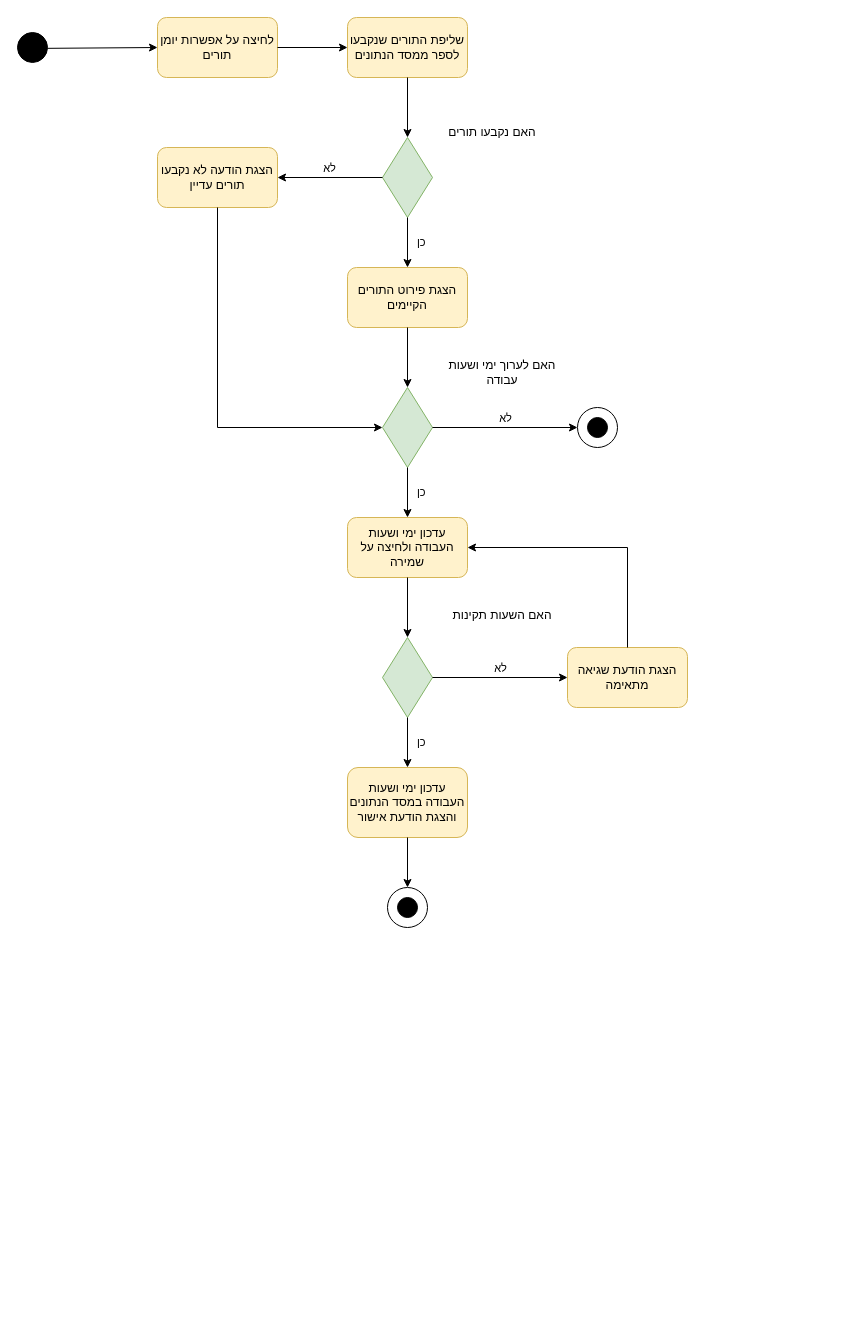
This is diagrams/ACT-SUC-9.drawio from arielkaplan20/project_Golden_Hair_Salon, a draw.io file, before an edit. Source tidied: cells renumbered, new cells numbered last; positions are measured from the earlier drawing's top-left corner, leaving out a move shared by most shapes. Both pictures are drawn from the tidied source at 100%, with x=0, y=0 at pixel (17, 17).
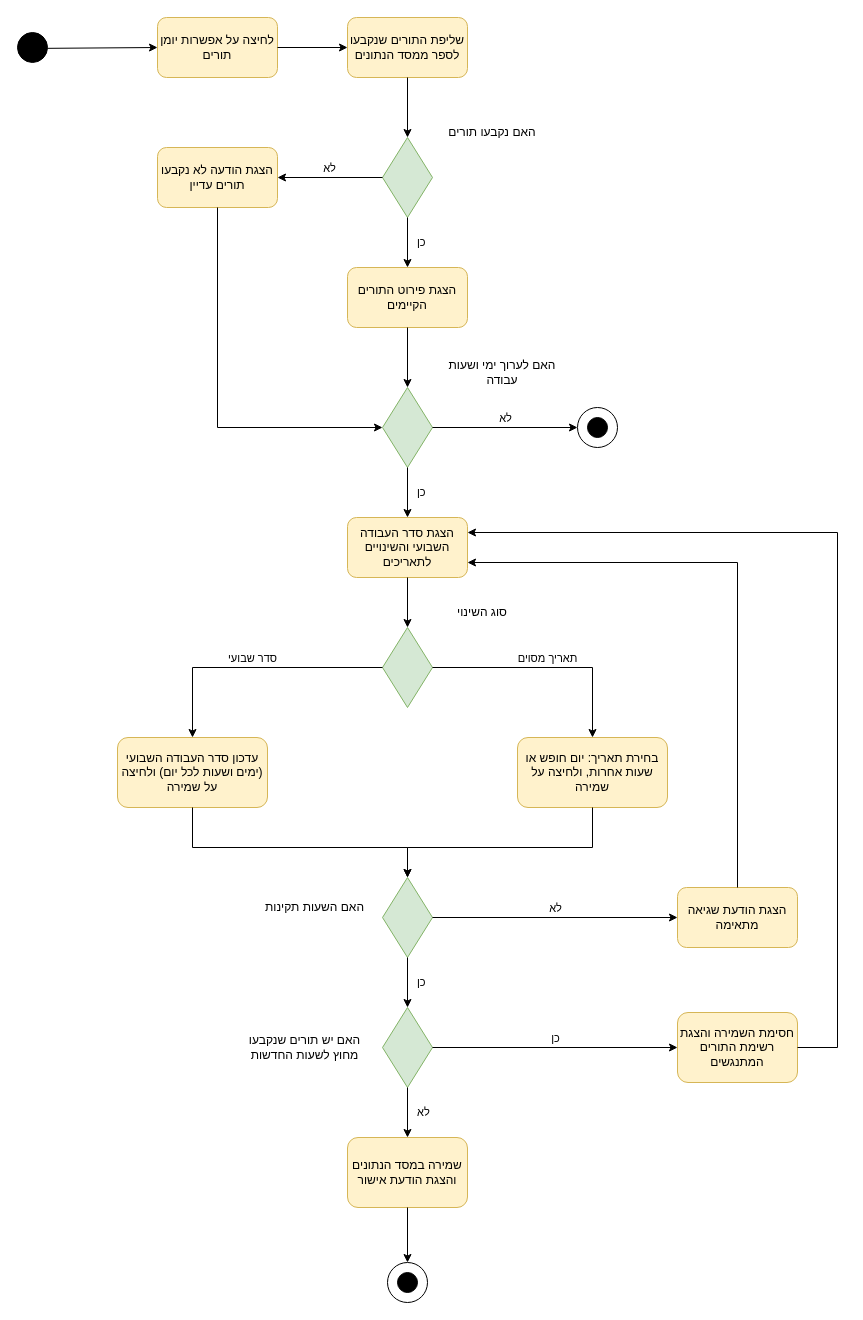
The same page after the edit.

What changed in the source:
```diff
@@
-    <mxCell id="13" value="עדכון ימי ושעות העבודה ולחיצה על שמירה" style="rounded=1;whiteSpace=wrap;html=1;fillColor=#fff2cc;strokeColor=#d6b656;" parent="1" vertex="1">
+    <mxCell id="13" value="הצגת סדר העבודה השבועי והשינויים לתאריכים" style="rounded=1;whiteSpace=wrap;html=1;fillColor=#fff2cc;strokeColor=#d6b656;" parent="1" vertex="1">
       <mxGeometry x="330" y="500" width="120" height="60" as="geometry" />
     </mxCell>
+    <mxCell id="34" style="rhombus;whiteSpace=wrap;html=1;fillColor=#d5e8d4;strokeColor=#82b366;" parent="1" vertex="1">
+      <mxGeometry x="365" y="610" width="50" height="80" as="geometry" />
+    </mxCell>
+    <mxCell id="35" value="סוג השינוי" style="text;html=1;align=center;verticalAlign=middle;whiteSpace=wrap;" parent="1" vertex="1">
+      <mxGeometry x="420" y="580" width="90" height="30" as="geometry" />
+    </mxCell>
+    <mxCell id="36" value="עדכון סדר העבודה השבועי (ימים ושעות לכל יום) ולחיצה על שמירה" style="rounded=1;whiteSpace=wrap;html=1;fillColor=#fff2cc;strokeColor=#d6b656;" parent="1" vertex="1">
+      <mxGeometry x="100" y="720" width="150" height="70" as="geometry" />
+    </mxCell>
+    <mxCell id="37" value="בחירת תאריך: יום חופש או שעות אחרות, ולחיצה על שמירה" style="rounded=1;whiteSpace=wrap;html=1;fillColor=#fff2cc;strokeColor=#d6b656;" parent="1" vertex="1">
+      <mxGeometry x="500" y="720" width="150" height="70" as="geometry" />
+    </mxCell>
     <mxCell id="14" style="rhombus;whiteSpace=wrap;html=1;fillColor=#d5e8d4;strokeColor=#82b366;" parent="1" vertex="1">
-      <mxGeometry x="365" y="620" width="50" height="80" as="geometry" />
+      <mxGeometry x="365" y="860" width="50" height="80" as="geometry" />
     </mxCell>
     <mxCell id="15" value="האם השעות תקינות" style="text;html=1;align=center;verticalAlign=middle;whiteSpace=wrap;" parent="1" vertex="1">
-      <mxGeometry x="430" y="578" width="110" height="40" as="geometry" />
+      <mxGeometry x="240" y="870" width="115" height="40" as="geometry" />
     </mxCell>
     <mxCell id="16" value="הצגת הודעת שגיאה מתאימה" style="rounded=1;whiteSpace=wrap;html=1;fillColor=#fff2cc;strokeColor=#d6b656;" parent="1" vertex="1">
-      <mxGeometry x="550" y="630" width="120" height="60" as="geometry" />
+      <mxGeometry x="660" y="870" width="120" height="60" as="geometry" />
     </mxCell>
+    <mxCell id="38" style="rhombus;whiteSpace=wrap;html=1;fillColor=#d5e8d4;strokeColor=#82b366;" parent="1" vertex="1">
+      <mxGeometry x="365" y="990" width="50" height="80" as="geometry" />
+    </mxCell>
+    <mxCell id="39" value="האם יש תורים שנקבעו מחוץ לשעות החדשות" style="text;html=1;align=center;verticalAlign=middle;whiteSpace=wrap;" parent="1" vertex="1">
+      <mxGeometry x="220" y="1000" width="135" height="60" as="geometry" />
+    </mxCell>
+    <mxCell id="40" value="חסימת השמירה והצגת רשימת התורים המתנגשים" style="rounded=1;whiteSpace=wrap;html=1;fillColor=#fff2cc;strokeColor=#d6b656;" parent="1" vertex="1">
+      <mxGeometry x="660" y="995" width="120" height="70" as="geometry" />
+    </mxCell>
-    <mxCell id="17" value="עדכון ימי ושעות העבודה במסד הנתונים והצגת הודעת אישור" style="rounded=1;whiteSpace=wrap;html=1;fillColor=#fff2cc;strokeColor=#d6b656;" parent="1" vertex="1">
-      <mxGeometry x="330" y="750" width="120" height="70" as="geometry" />
+    <mxCell id="17" value="שמירה במסד הנתונים והצגת הודעת אישור" style="rounded=1;whiteSpace=wrap;html=1;fillColor=#fff2cc;strokeColor=#d6b656;" parent="1" vertex="1">
+      <mxGeometry x="330" y="1120" width="120" height="70" as="geometry" />
     </mxCell>
     <mxCell id="18" style="ellipse;whiteSpace=wrap;html=1;shapeInside=1;" parent="1" vertex="1">
-      <mxGeometry x="370" y="870" width="40" height="40" as="geometry" />
+      <mxGeometry x="370" y="1245" width="40" height="40" as="geometry" />
     </mxCell>
     <mxCell id="19" style="ellipse;whiteSpace=wrap;html=1;shapeInside=1;fillColor=#000000;" parent="1" vertex="1">
-      <mxGeometry x="380" y="880" width="20" height="20" as="geometry" />
+      <mxGeometry x="380" y="1255" width="20" height="20" as="geometry" />
     </mxCell>
@@
-    <mxCell id="29" style="endArrow=classic;html=1;rounded=0;" parent="1" edge="1" source="13" target="14">
+    <mxCell id="29" style="endArrow=classic;html=1;rounded=0;" parent="1" edge="1" source="13" target="34">
       <mxGeometry relative="1" as="geometry" />
     </mxCell>
-    <mxCell id="30" value="לא" style="endArrow=classic;html=1;rounded=0;labelBackgroundColor=none;verticalAlign=bottom;" parent="1" edge="1" source="14" target="16">
-      <mxGeometry relative="1" as="geometry" />
+    <mxCell id="30" value="סדר שבועי" style="endArrow=classic;html=1;rounded=0;labelBackgroundColor=none;verticalAlign=bottom;exitX=0;exitY=0.5;entryX=0.5;entryY=0;" parent="1" edge="1" source="34" target="36">
+      <mxGeometry relative="1" as="geometry">
+        <Array as="points">
+          <mxPoint x="175" y="650" />
+        </Array>
+      </mxGeometry>
     </mxCell>
-    <mxCell id="31" style="edgeStyle=orthogonalEdgeStyle;endArrow=classic;html=1;rounded=0;exitX=0.5;exitY=0;entryX=1;entryY=0.5;" parent="1" edge="1" source="16" target="13">
-      <mxGeometry relative="1" as="geometry" />
+    <mxCell id="31" value="תאריך מסוים" style="endArrow=classic;html=1;rounded=0;labelBackgroundColor=none;verticalAlign=bottom;exitX=1;exitY=0.5;entryX=0.5;entryY=0;" parent="1" edge="1" source="34" target="37">
+      <mxGeometry relative="1" as="geometry">
+        <Array as="points">
+          <mxPoint x="575" y="650" />
+        </Array>
+      </mxGeometry>
     </mxCell>
-    <mxCell id="32" value="כן" style="endArrow=classic;html=1;rounded=0;labelBackgroundColor=none;align=left;spacingLeft=8;" parent="1" edge="1" source="14" target="17">
-      <mxGeometry relative="1" as="geometry" />
+    <mxCell id="32" style="endArrow=classic;html=1;rounded=0;exitX=0.5;exitY=1;entryX=0.5;entryY=0;" parent="1" edge="1" source="36" target="14">
+      <mxGeometry relative="1" as="geometry">
+        <Array as="points">
+          <mxPoint x="175" y="830" />
+          <mxPoint x="390" y="830" />
+        </Array>
+      </mxGeometry>
     </mxCell>
-    <mxCell id="33" style="endArrow=classic;html=1;rounded=0;" parent="1" edge="1" source="17" target="18">
-      <mxGeometry relative="1" as="geometry" />
+    <mxCell id="33" style="endArrow=classic;html=1;rounded=0;exitX=0.5;exitY=1;entryX=0.5;entryY=0;" parent="1" edge="1" source="37" target="14">
+      <mxGeometry relative="1" as="geometry">
+        <Array as="points">
+          <mxPoint x="575" y="830" />
+          <mxPoint x="390" y="830" />
+        </Array>
+      </mxGeometry>
     </mxCell>
+    <mxCell id="41" value="לא" style="endArrow=classic;html=1;rounded=0;labelBackgroundColor=none;verticalAlign=bottom;exitX=1;exitY=0.5;entryX=0;entryY=0.5;" parent="1" edge="1" source="14" target="16">
+      <mxGeometry relative="1" as="geometry" />
+    </mxCell>
+    <mxCell id="42" style="endArrow=classic;html=1;rounded=0;exitX=0.5;exitY=0;entryX=1;entryY=0.75;" parent="1" edge="1" source="16" target="13">
+      <mxGeometry relative="1" as="geometry">
+        <Array as="points">
+          <mxPoint x="720" y="545" />
+        </Array>
+      </mxGeometry>
+    </mxCell>
+    <mxCell id="43" value="כן" style="endArrow=classic;html=1;rounded=0;labelBackgroundColor=none;align=left;spacingLeft=8;" parent="1" edge="1" source="14" target="38">
+      <mxGeometry relative="1" as="geometry" />
+    </mxCell>
+    <mxCell id="44" value="כן" style="endArrow=classic;html=1;rounded=0;labelBackgroundColor=none;verticalAlign=bottom;exitX=1;exitY=0.5;entryX=0;entryY=0.5;" parent="1" edge="1" source="38" target="40">
+      <mxGeometry relative="1" as="geometry" />
+    </mxCell>
+    <mxCell id="45" style="endArrow=classic;html=1;rounded=0;exitX=1;exitY=0.5;entryX=1;entryY=0.25;" parent="1" edge="1" source="40" target="13">
+      <mxGeometry relative="1" as="geometry">
+        <Array as="points">
+          <mxPoint x="820" y="1030" />
+          <mxPoint x="820" y="515" />
+        </Array>
+      </mxGeometry>
+    </mxCell>
+    <mxCell id="46" value="לא" style="endArrow=classic;html=1;rounded=0;labelBackgroundColor=none;align=left;spacingLeft=8;" parent="1" edge="1" source="38" target="17">
+      <mxGeometry relative="1" as="geometry" />
+    </mxCell>
+    <mxCell id="47" style="endArrow=classic;html=1;rounded=0;" parent="1" edge="1" source="17" target="18">
+      <mxGeometry relative="1" as="geometry" />
+    </mxCell>
```
